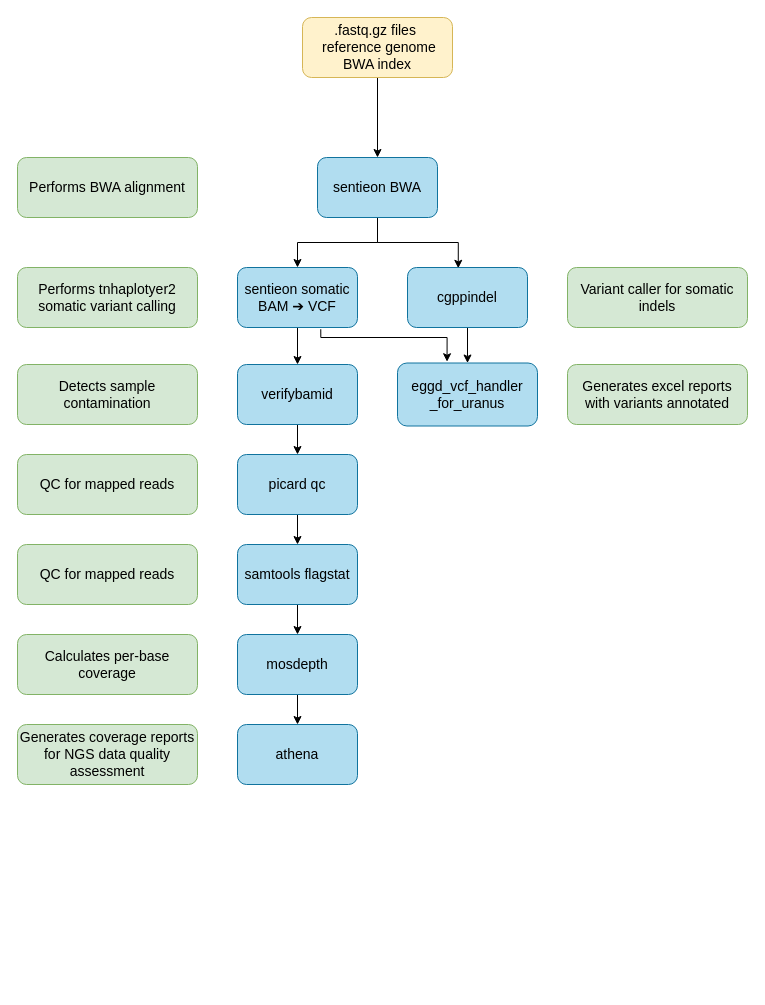
The draw.io diagram images/workflow.drawio in eastgenomics/eggd_uranus_main_workflow, before the edit. Source tidied: cells renumbered, new cells numbered last; positions are measured from the earlier drawing's top-left corner, leaving out a move shared by most shapes. Both pictures are drawn from the tidied source at 100%, with x=0, y=0 at pixel (17, 17).
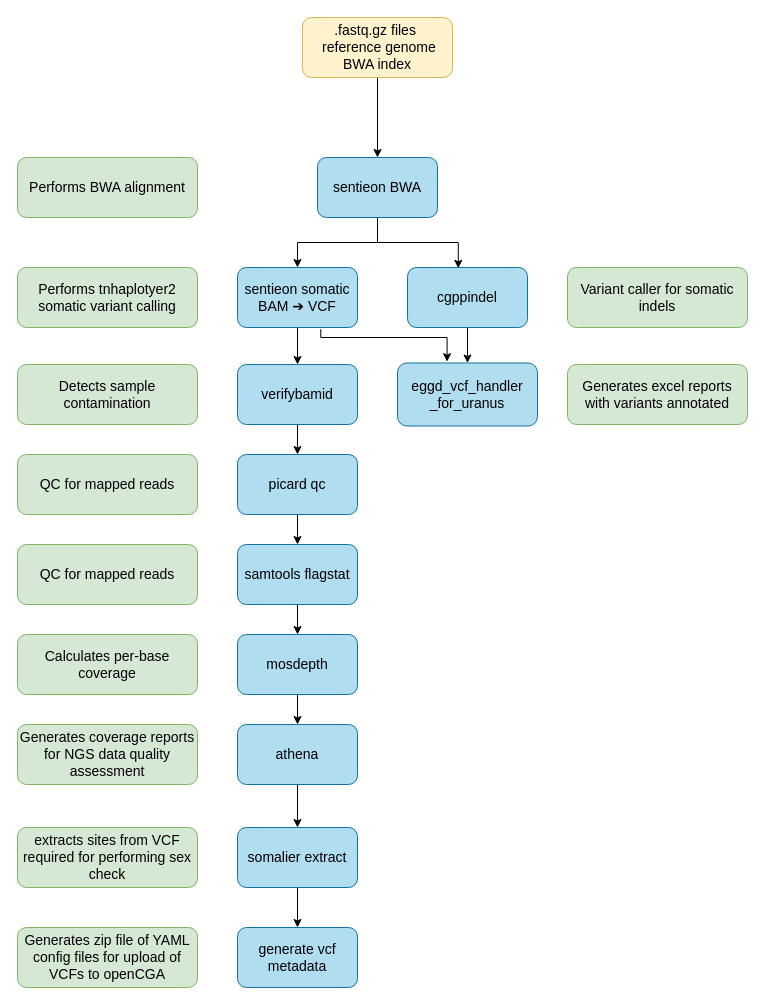
Above is the later version.

Commit message (it also covers changes not shown here):
update readme and workflow diagram

Unchanged cells that the change refers to:
```xml
<mxCell id="16" value="&lt;font color=&quot;#000000&quot; style=&quot;font-size: 14px;&quot;&gt;athena&lt;/font&gt;" style="rounded=1;whiteSpace=wrap;html=1;fillColor=#b1ddf0;strokeColor=#10739e;fontSize=14;" parent="1" vertex="1">
  <mxGeometry x="220" y="707" width="120" height="60" as="geometry" />
</mxCell>
```

Diff of the diagram source:
```diff
@@
+    <mxCell id="31" style="edgeStyle=none;html=1;" parent="1" edge="1" source="16" target="35">
+      <mxGeometry relative="1" as="geometry" />
+    </mxCell>
@@
+    <mxCell id="32" value="&lt;font color=&quot;#000000&quot; style=&quot;font-size: 14px&quot;&gt;generate vcf metadata&lt;/font&gt;" style="rounded=1;whiteSpace=wrap;html=1;fillColor=#b1ddf0;strokeColor=#10739e;fontSize=14;" parent="1" vertex="1">
+      <mxGeometry x="220" y="910" width="120" height="60" as="geometry" />
+    </mxCell>
+    <mxCell id="33" value="&lt;font color=&quot;#000000&quot; style=&quot;font-size: 14px&quot;&gt;Generates zip file of YAML config files for upload of VCFs to openCGA&lt;/font&gt;" style="rounded=1;whiteSpace=wrap;html=1;fillColor=#d5e8d4;strokeColor=#82b366;fontSize=14;" parent="1" vertex="1">
+      <mxGeometry y="910" width="180" height="60" as="geometry" />
+    </mxCell>
+    <mxCell id="34" style="edgeStyle=none;html=1;" parent="1" edge="1" source="35" target="32">
+      <mxGeometry relative="1" as="geometry" />
+    </mxCell>
+    <mxCell id="35" value="&lt;font color=&quot;#000000&quot; style=&quot;font-size: 14px&quot;&gt;somalier extract&lt;/font&gt;" style="rounded=1;whiteSpace=wrap;html=1;fillColor=#b1ddf0;strokeColor=#10739e;fontSize=14;" parent="1" vertex="1">
+      <mxGeometry x="220" y="810" width="120" height="60" as="geometry" />
+    </mxCell>
+    <mxCell id="36" value="&lt;font color=&quot;#000000&quot; style=&quot;font-size: 14px&quot;&gt;extracts sites from VCF required for performing sex check&lt;/font&gt;" style="rounded=1;whiteSpace=wrap;html=1;fillColor=#d5e8d4;strokeColor=#82b366;fontSize=14;" parent="1" vertex="1">
+      <mxGeometry y="810" width="180" height="60" as="geometry" />
+    </mxCell>
```
